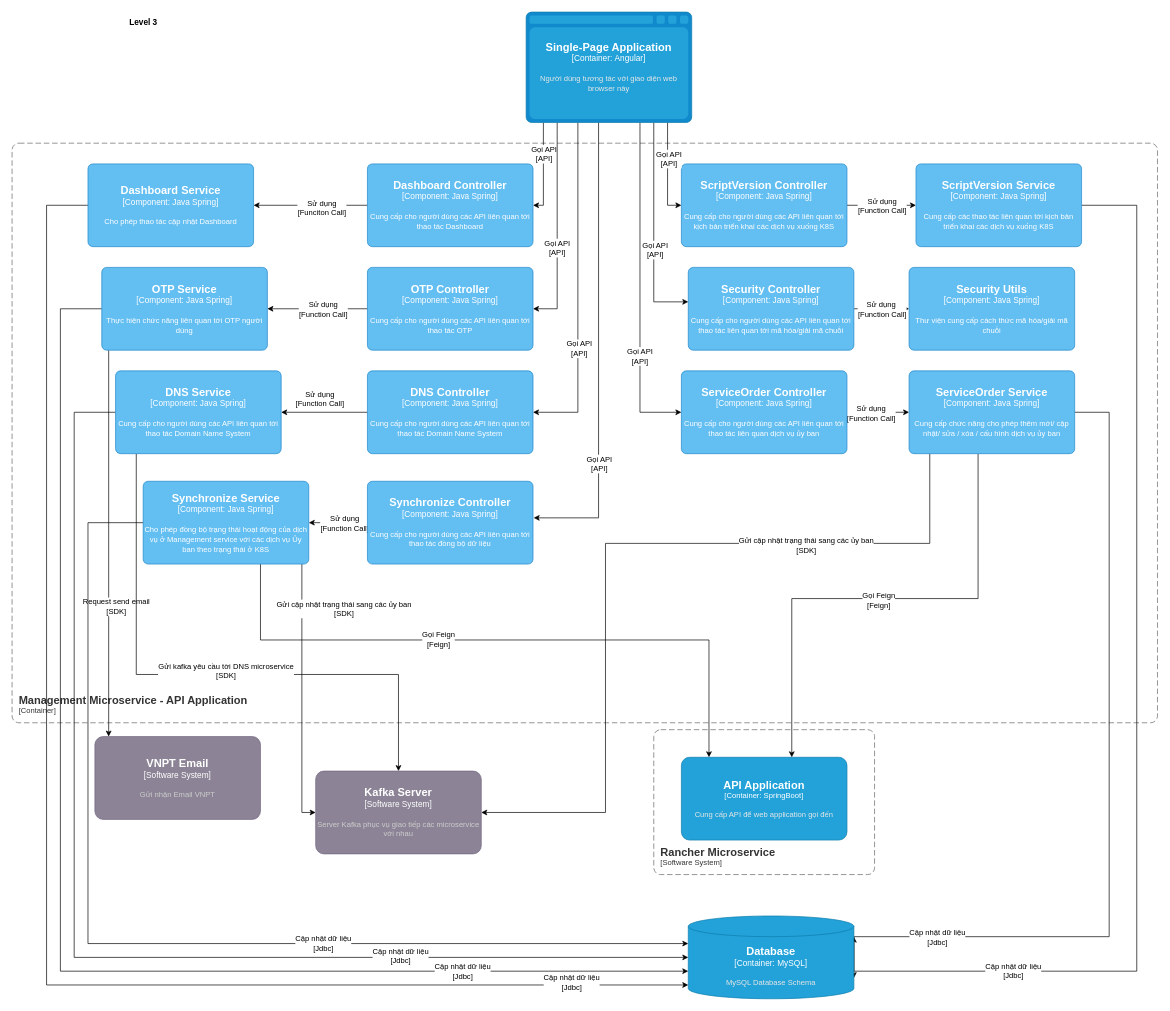
Above: IDG-Portal Lv3 ObjectStorage API Application.drawio in dangngocsoncntt/draw.io (draw.io), before the change. Source tidied: cells renumbered, new cells numbered last; positions are measured from the earlier drawing's top-left corner, leaving out a move shared by most shapes. Both pictures are drawn from the tidied source at 69%, with x=0, y=0 at pixel (12, 12).
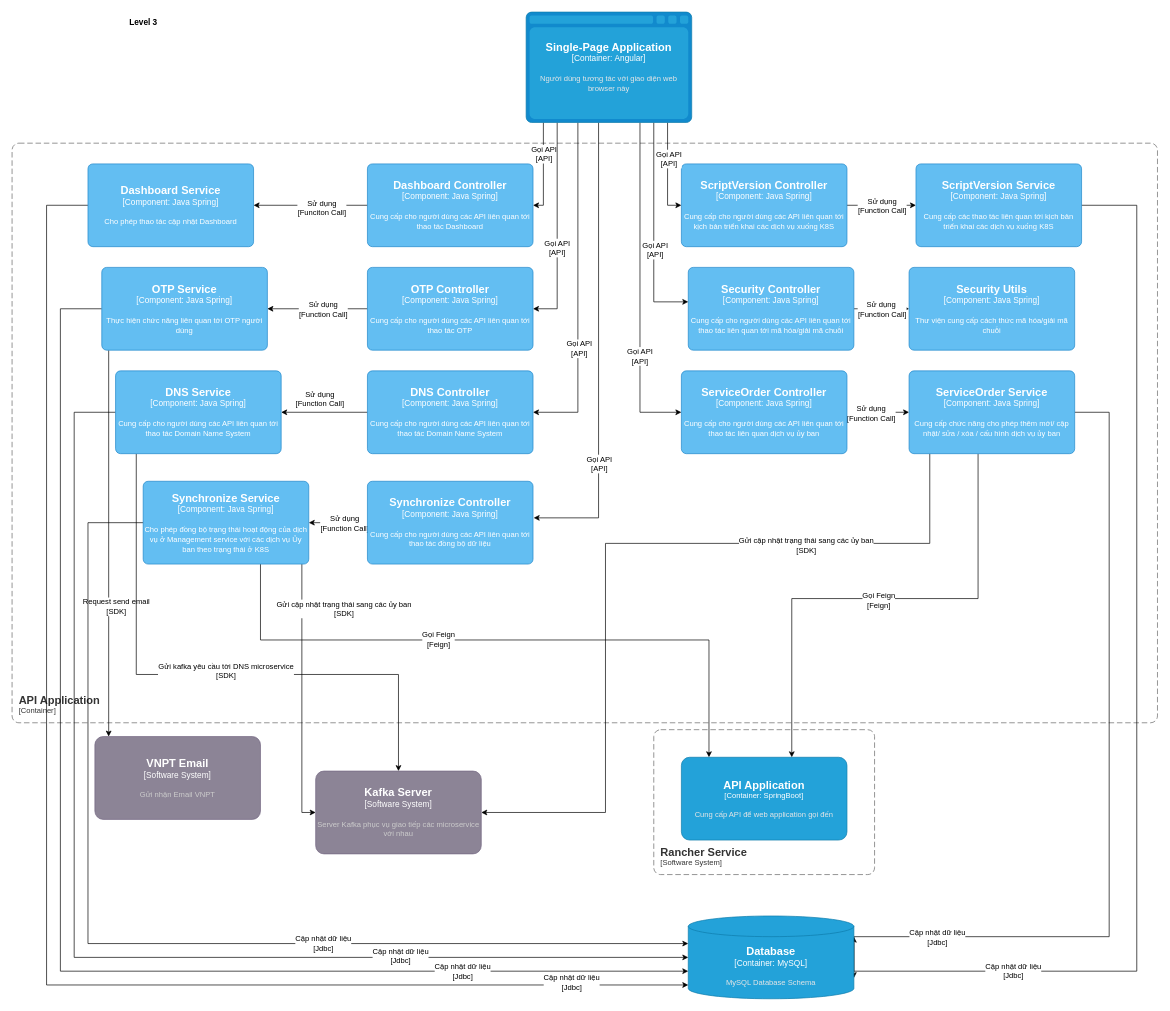
The same diagram, later.

What changed in the source:
```diff
@@
-    <object id="3" label="&lt;font style=&quot;font-size: 16px&quot;&gt;&lt;b&gt;&lt;div style=&quot;text-align: left&quot;&gt;%c4Name%&lt;/div&gt;&lt;/b&gt;&lt;/font&gt;&lt;div style=&quot;text-align: left&quot;&gt;[%c4Application%]&lt;/div&gt;" c4Application="Container" c4Name="Management Microservice - API Application" placeholders="1">
+    <object id="3" label="&lt;font style=&quot;font-size: 16px&quot;&gt;&lt;b&gt;&lt;div style=&quot;text-align: left&quot;&gt;%c4Name%&lt;/div&gt;&lt;/b&gt;&lt;/font&gt;&lt;div style=&quot;text-align: left&quot;&gt;[%c4Application%]&lt;/div&gt;" c4Application="Container" c4Name="API Application" placeholders="1">
       <mxCell style="rounded=1;fontSize=11;whiteSpace=wrap;html=1;dashed=1;arcSize=20;fillColor=none;strokeColor=#666666;fontColor=#333333;labelBackgroundColor=none;align=left;verticalAlign=bottom;labelBorderColor=none;spacingTop=0;spacing=10;dashPattern=8 4;perimeter=rectanglePerimeter;noLabel=0;labelPadding=0;absoluteArcSize=1;" parent="1" vertex="1">
         <mxGeometry y="190" width="1660" height="840" as="geometry" />
       </mxCell>
     </object>
@@
-    <object id="67" label="&lt;font style=&quot;font-size: 16px&quot;&gt;&lt;b&gt;&lt;div style=&quot;text-align: left&quot;&gt;%c4Name%&lt;/div&gt;&lt;/b&gt;&lt;/font&gt;&lt;div style=&quot;text-align: left&quot;&gt;[%c4Application%]&lt;/div&gt;" c4Application="Software System" c4Name="Rancher Microservice" placeholders="1">
+    <object id="67" label="&lt;font style=&quot;font-size: 16px&quot;&gt;&lt;b&gt;&lt;div style=&quot;text-align: left&quot;&gt;%c4Name%&lt;/div&gt;&lt;/b&gt;&lt;/font&gt;&lt;div style=&quot;text-align: left&quot;&gt;[%c4Application%]&lt;/div&gt;" c4Application="Software System" c4Name="Rancher Service" placeholders="1">
       <mxCell style="rounded=1;fontSize=11;whiteSpace=wrap;html=1;dashed=1;arcSize=20;fillColor=none;strokeColor=#666666;fontColor=#333333;labelBackgroundColor=none;align=left;verticalAlign=bottom;labelBorderColor=none;spacingTop=0;spacing=10;dashPattern=8 4;perimeter=rectanglePerimeter;noLabel=0;labelPadding=0;absoluteArcSize=1;" parent="1" vertex="1">
         <mxGeometry x="930" y="1040" width="320" height="210" as="geometry" />
       </mxCell>
     </object>
```
